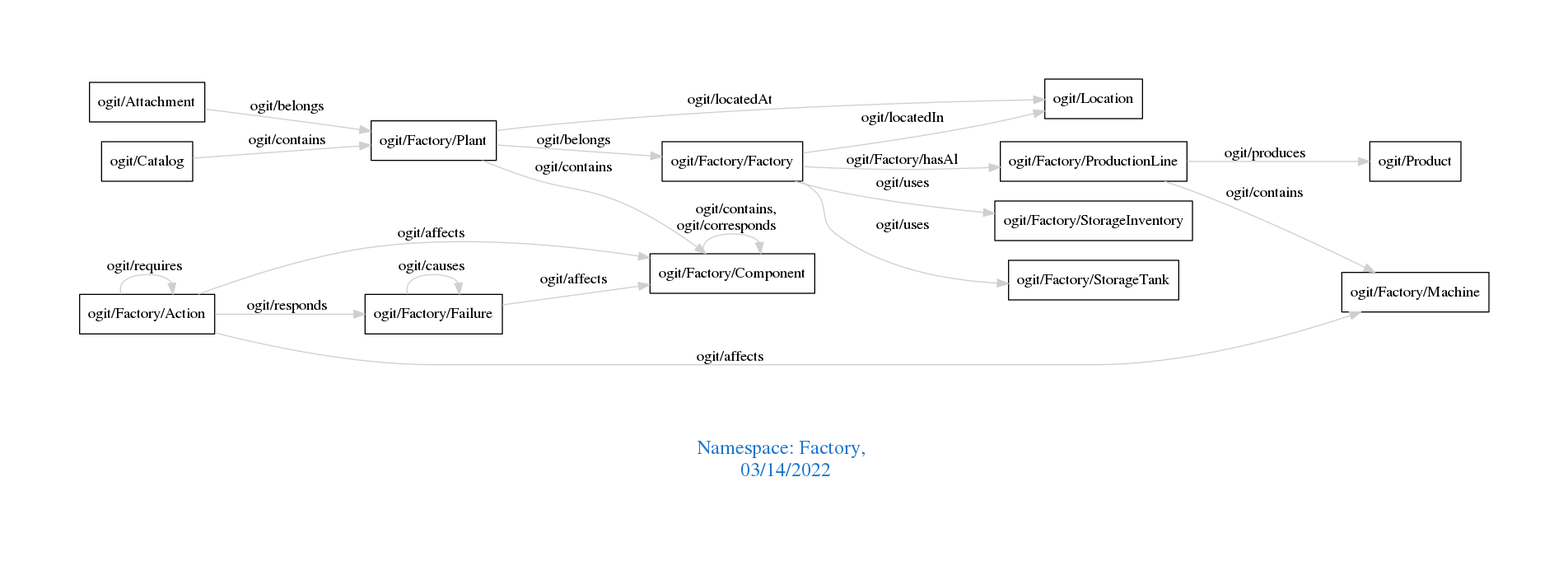
The Graphviz diagram downloads/Factory.png in arago/OGIT, before a commit. Its source is kept beside it as downloads/Factory.dot.
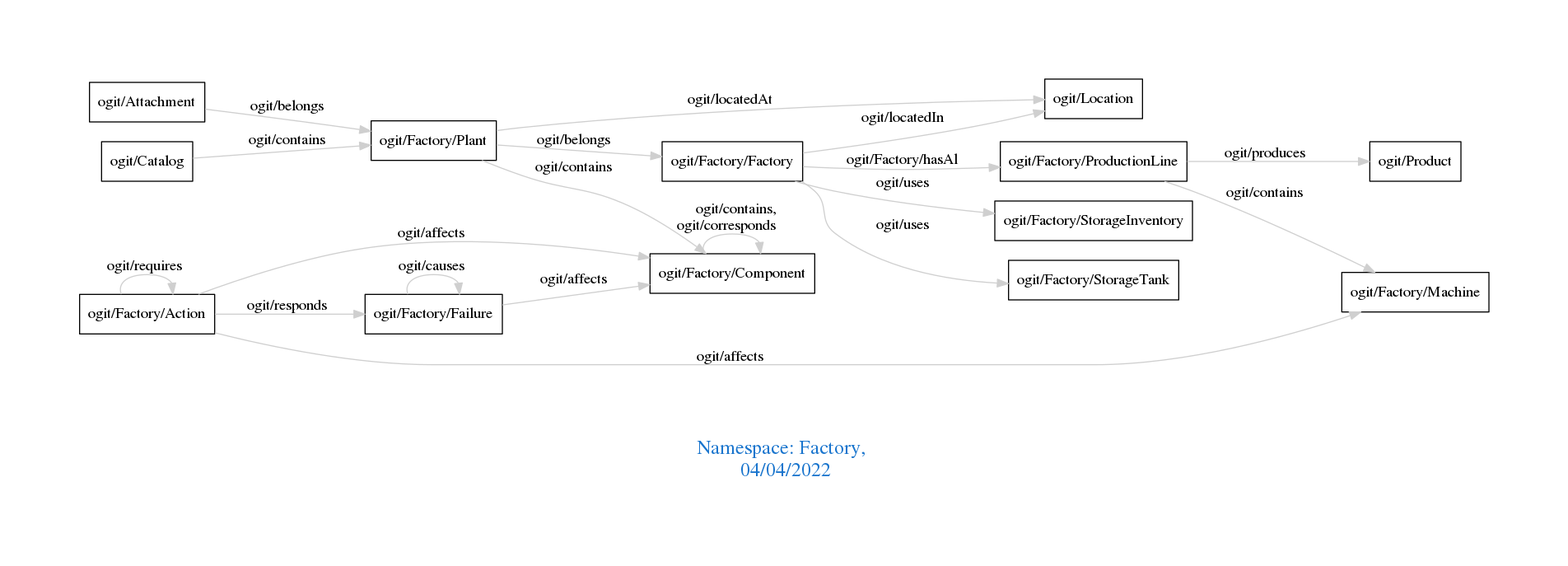
Above is the later version.

What changed in the source:
```diff
@@ -1,7 +1,7 @@
 digraph OGIT_ontology {
  graph [ rankdir= LR,pad=1
 fontsize = 18,
-fontcolor= dodgerblue3,label = "\n\n\nNamespace: Factory, \n 03/14/2022"];
+fontcolor= dodgerblue3,label = "\n\n\nNamespace: Factory, \n 04/04/2022"];
 node[shape=polygon];
 edge [  color="gray81"];
 
```
